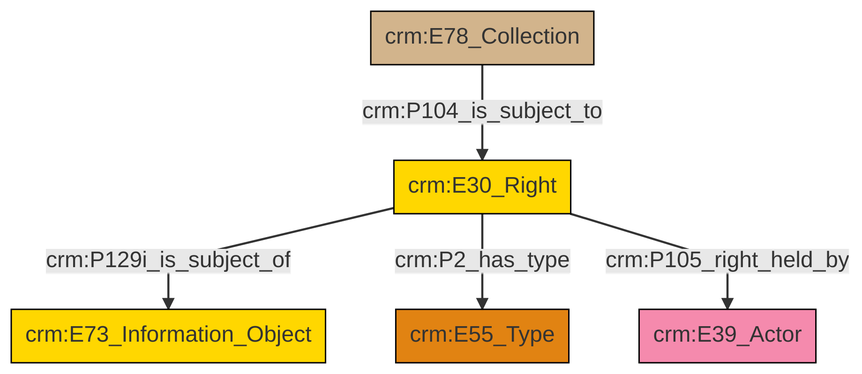
swiss-art-research-net/docs.swissartresearch keeps this Mermaid diagram as et/archivalCSV/ttl/mmd/png/archival_rights.png. Above is the earlier version. Its source is kept beside it as et/archivalCSV/ttl/mmd/archival_rights.ttl.mmd.
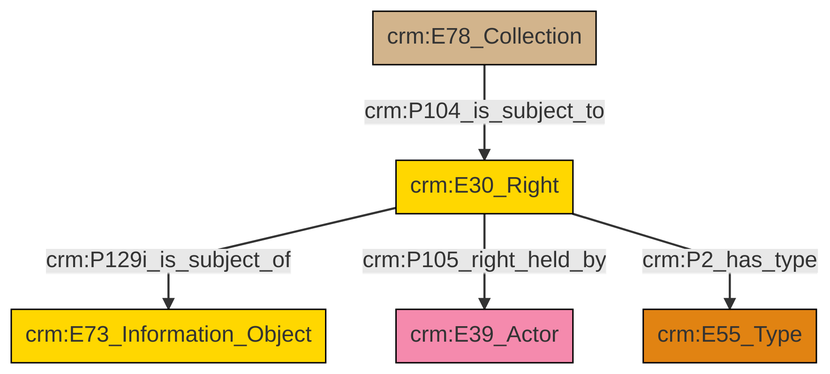
The same diagram one commit later.

Diff of the diagram source:
```diff
@@ -13,7 +13,7 @@
 classDef PC_Classes fill:#4ce600, stroke:#000000;
 classDef Multi fill:#cccccc,stroke:#000000;
 
-0["crm:E30_Right"]:::Conceptual_Object -->|crm:P129i_is_subject_of| 2["crm:E73_Information_Object"]:::Conceptual_Object
-6["crm:E78_Collection"]:::Physical_Thing -->|crm:P104_is_subject_to| 0["crm:E30_Right"]:::Conceptual_Object
-0["crm:E30_Right"]:::Conceptual_Object -->|crm:P2_has_type| 4["crm:E55_Type"]:::Type
-0["crm:E30_Right"]:::Conceptual_Object -->|crm:P105_right_held_by| 8["crm:E39_Actor"]:::Actor
+0["crm:E30_Right"]:::Conceptual_Object -->|crm:P129i_is_subject_of| 1["crm:E73_Information_Object"]:::Conceptual_Object
+0["crm:E30_Right"]:::Conceptual_Object -->|crm:P105_right_held_by| 7["crm:E39_Actor"]:::Actor
+0["crm:E30_Right"]:::Conceptual_Object -->|crm:P2_has_type| 2["crm:E55_Type"]:::Type
+4["crm:E78_Collection"]:::Physical_Thing -->|crm:P104_is_subject_to| 0["crm:E30_Right"]:::Conceptual_Object
```
